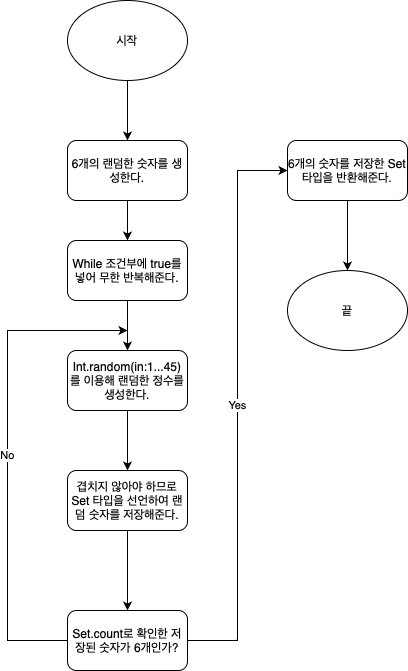
Above: Week2 Step1 랜덤숫자 순서도.drawio.png in yagom-academy/swift-starter-Round2 (draw.io), before the change. Source tidied: cells renumbered, new cells last; positions are measured from the earlier drawing's top-left corner, leaving out a move shared by most shapes.
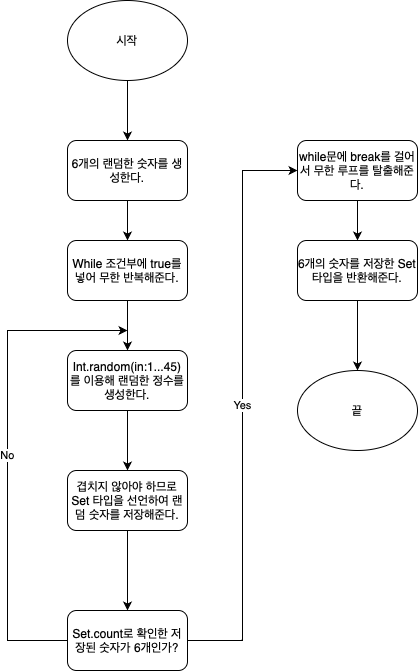
The same diagram one commit later.

Commit message:
Week2 Step1 피드백 반영

The edit, as a diff of the source:
```diff
@@ -32,7 +32,7 @@
     <mxCell id="11" value="While 조건부에 true를 넣어 무한 반복해준다." style="rounded=1;whiteSpace=wrap;html=1;" parent="1" vertex="1">
       <mxGeometry x="60" y="240" width="120" height="60" as="geometry" />
     </mxCell>
-    <mxCell id="12" value="Yes" style="edgeStyle=orthogonalEdgeStyle;rounded=0;jettySize=auto;html=1;entryX=0;entryY=0.5;entryDx=0;entryDy=0;" parent="1" edge="1" source="13" target="15">
+    <mxCell id="12" value="Yes" style="edgeStyle=orthogonalEdgeStyle;rounded=0;jettySize=auto;html=1;entryX=0;entryY=0.5;entryDx=0;entryDy=0;" parent="1" edge="1" source="13" target="19">
       <mxGeometry relative="1" as="geometry" />
     </mxCell>
     <mxCell id="13" value="Set.count로 확인한 저장된 숫자가 6개인가?" style="rounded=1;whiteSpace=wrap;html=1;" parent="1" vertex="1">
@@ -40,11 +40,11 @@
     </mxCell>
     <mxCell id="14" style="edgeStyle=orthogonalEdgeStyle;rounded=0;jettySize=auto;html=1;" parent="1" edge="1" source="15">
       <mxGeometry relative="1" as="geometry">
-        <mxPoint x="340" y="270" as="targetPoint" />
+        <mxPoint x="350" y="370" as="targetPoint" />
       </mxGeometry>
     </mxCell>
     <mxCell id="15" value="6개의 숫자를 저장한 Set 타입을 반환해준다." style="rounded=1;whiteSpace=wrap;html=1;" parent="1" vertex="1">
-      <mxGeometry x="280" y="140" width="120" height="60" as="geometry" />
+      <mxGeometry x="290" y="240" width="120" height="60" as="geometry" />
     </mxCell>
     <mxCell id="16" value="No" style="edgeStyle=orthogonalEdgeStyle;rounded=0;jettySize=auto;html=1;exitX=0;exitY=0.5;exitDx=0;exitDy=0;" parent="1" edge="1" source="13">
       <mxGeometry relative="1" as="geometry">
@@ -56,7 +56,13 @@
       </mxGeometry>
     </mxCell>
     <mxCell id="17" value="끝" style="ellipse;whiteSpace=wrap;html=1;" parent="1" vertex="1">
-      <mxGeometry x="280" y="270" width="120" height="80" as="geometry" />
+      <mxGeometry x="290" y="370" width="120" height="80" as="geometry" />
     </mxCell>
+    <mxCell id="18" style="edgeStyle=orthogonalEdgeStyle;rounded=0;jettySize=auto;html=1;entryX=0.5;entryY=0;entryDx=0;entryDy=0;" parent="1" edge="1" source="19" target="15">
+      <mxGeometry relative="1" as="geometry" />
+    </mxCell>
+    <mxCell id="19" value="while문에 break를 걸어서 무한 루프를 탈출해준다." style="rounded=1;whiteSpace=wrap;html=1;" parent="1" vertex="1">
+      <mxGeometry x="290" y="140" width="120" height="60" as="geometry" />
+    </mxCell>
   </root>
 </mxGraphModel>
```
